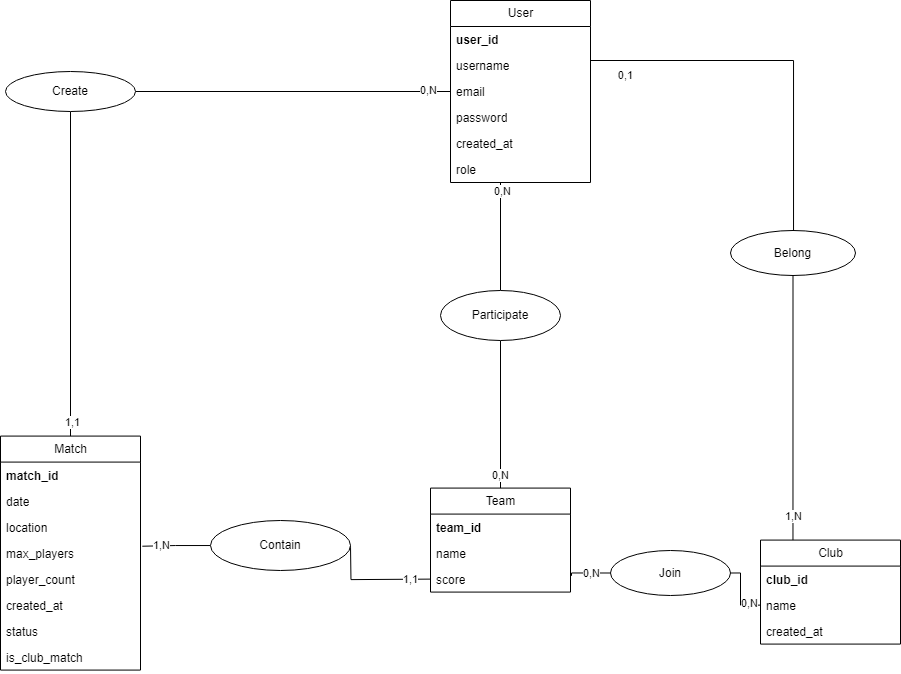
Earlier version of the draw.io export MCD.drawio.png (Mathistrg/Styx). Source tidied: cells renumbered, new cells last; positions are measured from the earlier drawing's top-left corner, leaving out a move shared by most shapes.
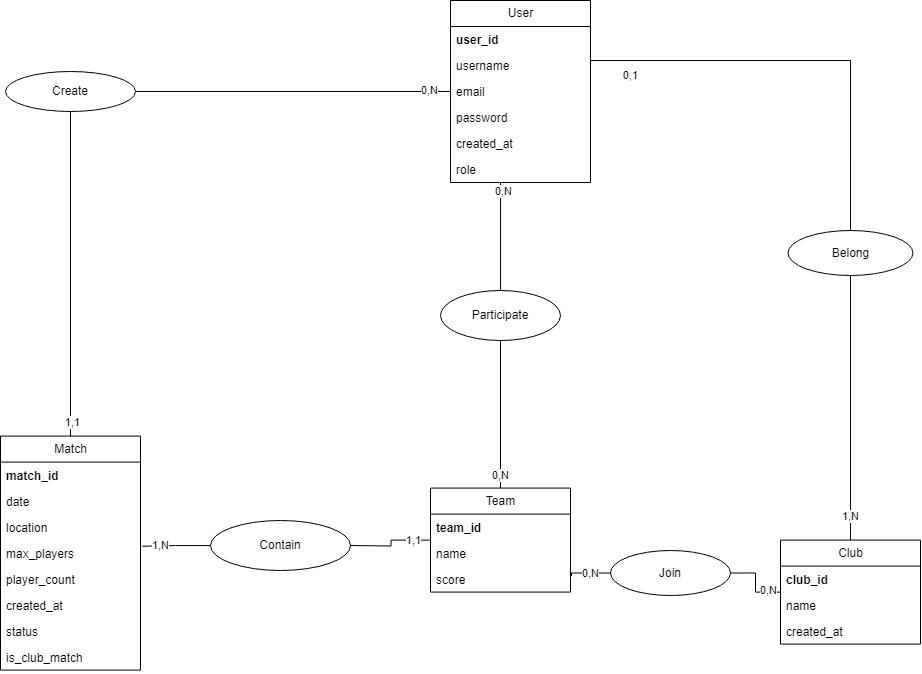
The same diagram one commit later.

Commit message:
Mettre à jour MCD.drawio.png

The edit, as a diff of the source:
```diff
@@ -57,7 +57,7 @@
       <mxGeometry y="208" width="140" height="26" as="geometry" />
     </mxCell>
     <mxCell id="20" value="Club" style="swimlane;fontStyle=0;horizontal=1;startSize=26;fillColor=none;html=1;" parent="1" vertex="1">
-      <mxGeometry x="760" y="539.6" width="140" height="104" as="geometry" />
+      <mxGeometry x="780" y="539.6" width="140" height="104" as="geometry" />
     </mxCell>
     <mxCell id="21" value="&lt;b&gt;club_id&lt;/b&gt;" style="text;strokeColor=none;fillColor=none;align=left;verticalAlign=top;spacingLeft=4;spacingRight=4;overflow=hidden;whiteSpace=wrap;html=1;" parent="20" vertex="1">
       <mxGeometry y="26" width="140" height="26" as="geometry" />
@@ -69,12 +69,7 @@
       <mxGeometry y="78" width="140" height="26" as="geometry" />
     </mxCell>
     <mxCell id="24" style="edgeStyle=orthogonalEdgeStyle;rounded=0;jettySize=auto;html=1;endArrow=none;endFill=0;" parent="1" edge="1" source="42" target="20">
-      <mxGeometry relative="1" as="geometry">
-        <Array as="points">
-          <mxPoint x="793" y="514" />
-          <mxPoint x="793" y="514" />
-        </Array>
-      </mxGeometry>
+      <mxGeometry relative="1" as="geometry" />
     </mxCell>
     <mxCell id="25" value="1,N" style="edgeLabel;html=1;align=center;verticalAlign=middle;" parent="24" vertex="1">
       <mxGeometry x="0.9" y="-1" relative="1" as="geometry">
@@ -122,9 +117,8 @@
     <mxCell id="36" value="Participate" style="ellipse;whiteSpace=wrap;html=1;" parent="1" vertex="1">
       <mxGeometry x="440" y="290" width="120" height="50" as="geometry" />
     </mxCell>
-    <mxCell id="37" style="edgeStyle=orthogonalEdgeStyle;rounded=0;orthogonalLoop=1;jettySize=auto;html=1;entryX=1;entryY=0.5;entryDx=0;entryDy=0;endArrow=none;endFill=0;" parent="1" edge="1">
+    <mxCell id="37" style="edgeStyle=orthogonalEdgeStyle;rounded=0;jettySize=auto;html=1;entryX=1;entryY=0.5;entryDx=0;entryDy=0;endArrow=none;endFill=0;" parent="1" edge="1" source="26">
       <mxGeometry relative="1" as="geometry">
-        <mxPoint x="430" y="578.6" as="sourcePoint" />
         <mxPoint x="350" y="545" as="targetPoint" />
       </mxGeometry>
     </mxCell>
@@ -139,8 +133,7 @@
     <mxCell id="40" style="edgeStyle=orthogonalEdgeStyle;rounded=0;jettySize=auto;html=1;endArrow=none;endFill=0;entryX=0.5;entryY=0;entryDx=0;entryDy=0;" parent="1" edge="1" source="4" target="42">
       <mxGeometry relative="1" as="geometry">
         <Array as="points">
-          <mxPoint x="793" y="60" />
-          <mxPoint x="793" y="230" />
+          <mxPoint x="850" y="60" />
         </Array>
       </mxGeometry>
     </mxCell>
@@ -150,7 +143,7 @@
       </mxGeometry>
     </mxCell>
     <mxCell id="42" value="Belong" style="ellipse;whiteSpace=wrap;html=1;" parent="1" vertex="1">
-      <mxGeometry x="730" y="230" width="125" height="45" as="geometry" />
+      <mxGeometry x="787.5" y="230" width="125" height="45" as="geometry" />
     </mxCell>
     <mxCell id="43" style="edgeStyle=orthogonalEdgeStyle;rounded=0;jettySize=auto;html=1;entryX=1.007;entryY=0.375;entryDx=0;entryDy=0;endArrow=none;endFill=0;exitX=0;exitY=0.5;exitDx=0;exitDy=0;entryPerimeter=0;" parent="1" edge="1" source="47">
       <mxGeometry relative="1" as="geometry">
@@ -162,7 +155,7 @@
         <mxPoint x="18" y="1" as="offset" />
       </mxGeometry>
     </mxCell>
-    <mxCell id="45" style="edgeStyle=orthogonalEdgeStyle;rounded=0;jettySize=auto;html=1;entryX=1;entryY=0.5;entryDx=0;entryDy=0;endArrow=none;endFill=0;" parent="1" edge="1" source="22" target="47">
+    <mxCell id="45" style="edgeStyle=orthogonalEdgeStyle;rounded=0;jettySize=auto;html=1;entryX=1;entryY=0.5;entryDx=0;entryDy=0;endArrow=none;endFill=0;" parent="1" edge="1" source="20" target="47">
       <mxGeometry relative="1" as="geometry" />
     </mxCell>
     <mxCell id="46" value="0,N" style="edgeLabel;html=1;align=center;verticalAlign=middle;" parent="45" vertex="1">
```
